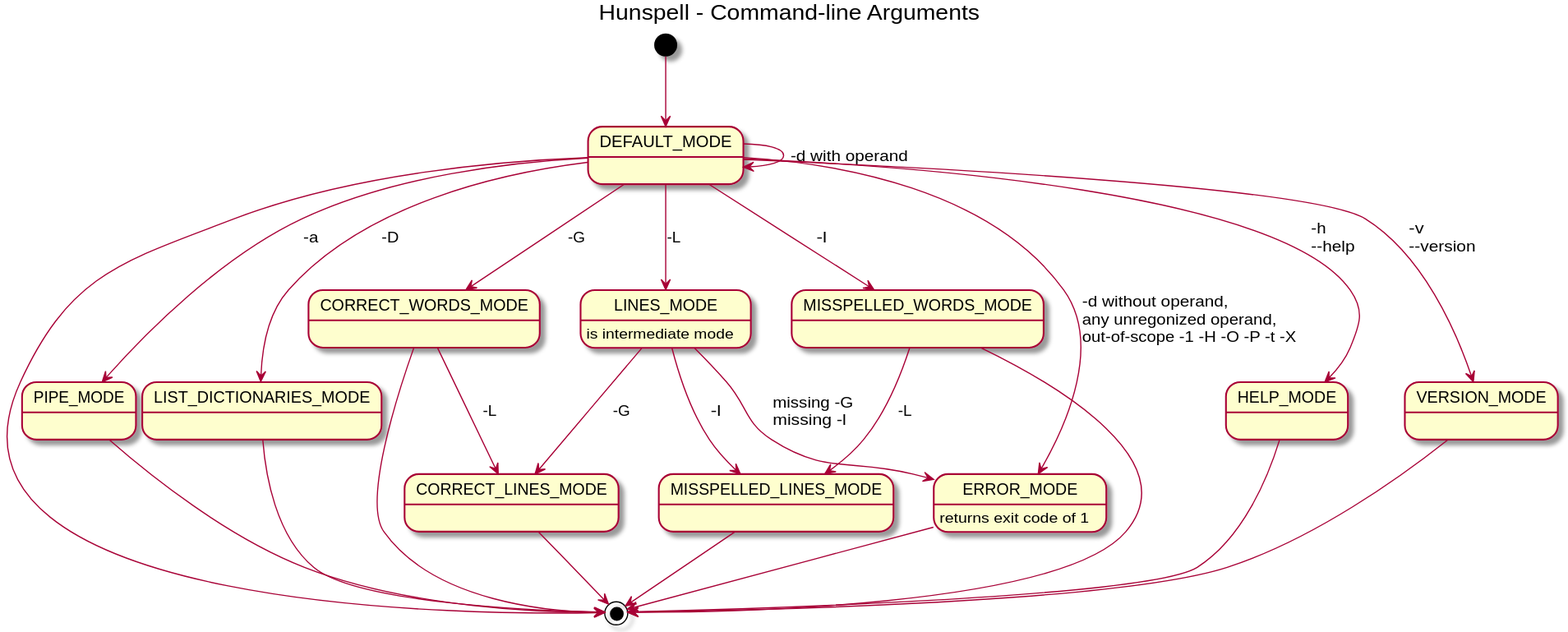
nuspell/misc-nuspell keeps this PlantUML diagram as uml/state-diagrams/command-line-arguments-state-diagram.svg. Above is the earlier version. Its source is kept beside it as uml/plantuml/command-line-arguments-state-diagram.pu.
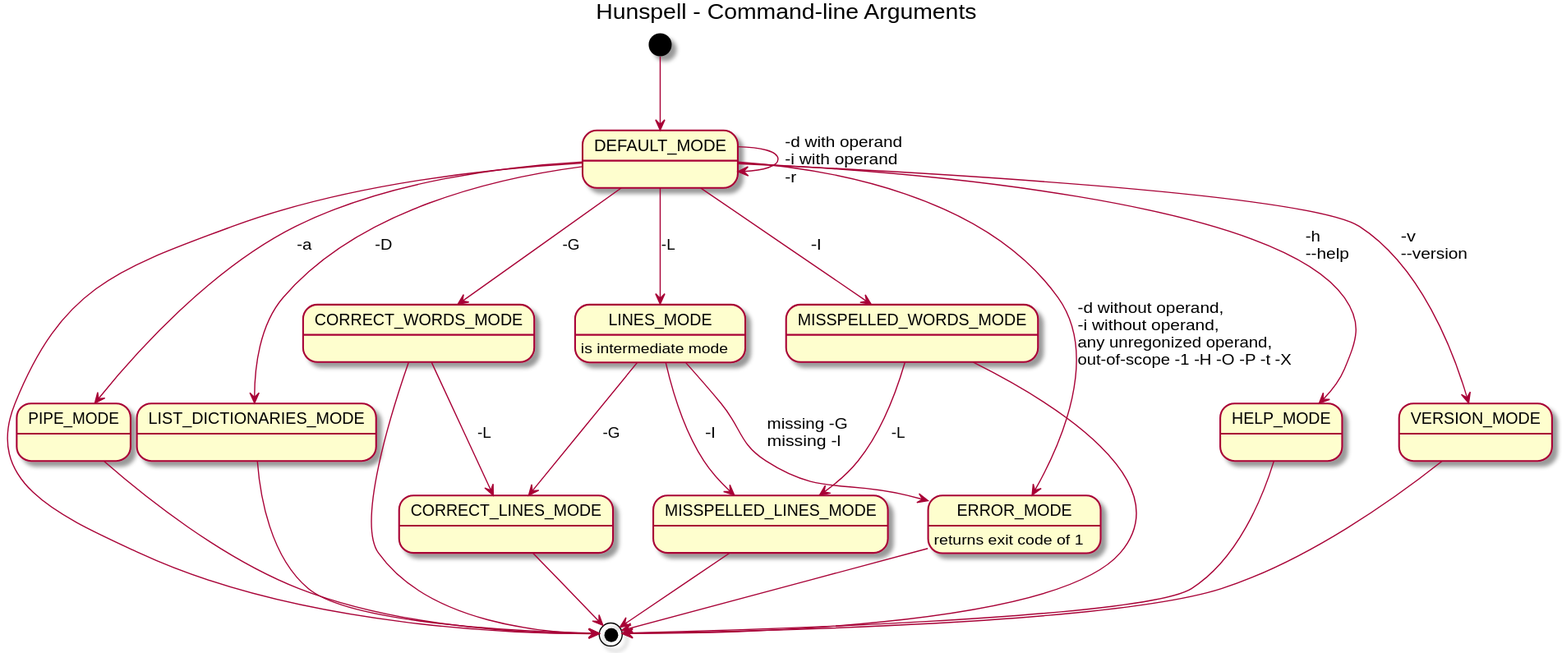
Later version of the same file.

Diff of the diagram source:
```diff
@@ -4,7 +4,7 @@
 
 [*] --> DEFAULT_MODE
 
-DEFAULT_MODE --> DEFAULT_MODE : -d with operand
+DEFAULT_MODE --> DEFAULT_MODE : -d with operand\l-i with operand\l-r
 DEFAULT_MODE --> [*]
 
 DEFAULT_MODE --> PIPE_MODE : -a
@@ -35,7 +35,7 @@
 DEFAULT_MODE --> VERSION_MODE : -v\l--version
 VERSION_MODE --> [*]
 
-DEFAULT_MODE --> ERROR_MODE : -d without operand,\lany unregonized operand,\lout-of-scope -1 -H -O -P -t -X
+DEFAULT_MODE --> ERROR_MODE : -d without operand,\l-i without operand,\lany unregonized operand,\lout-of-scope -1 -H -O -P -t -X
 ERROR_MODE --> [*]
 ERROR_MODE : returns exit code of 1
 
```
